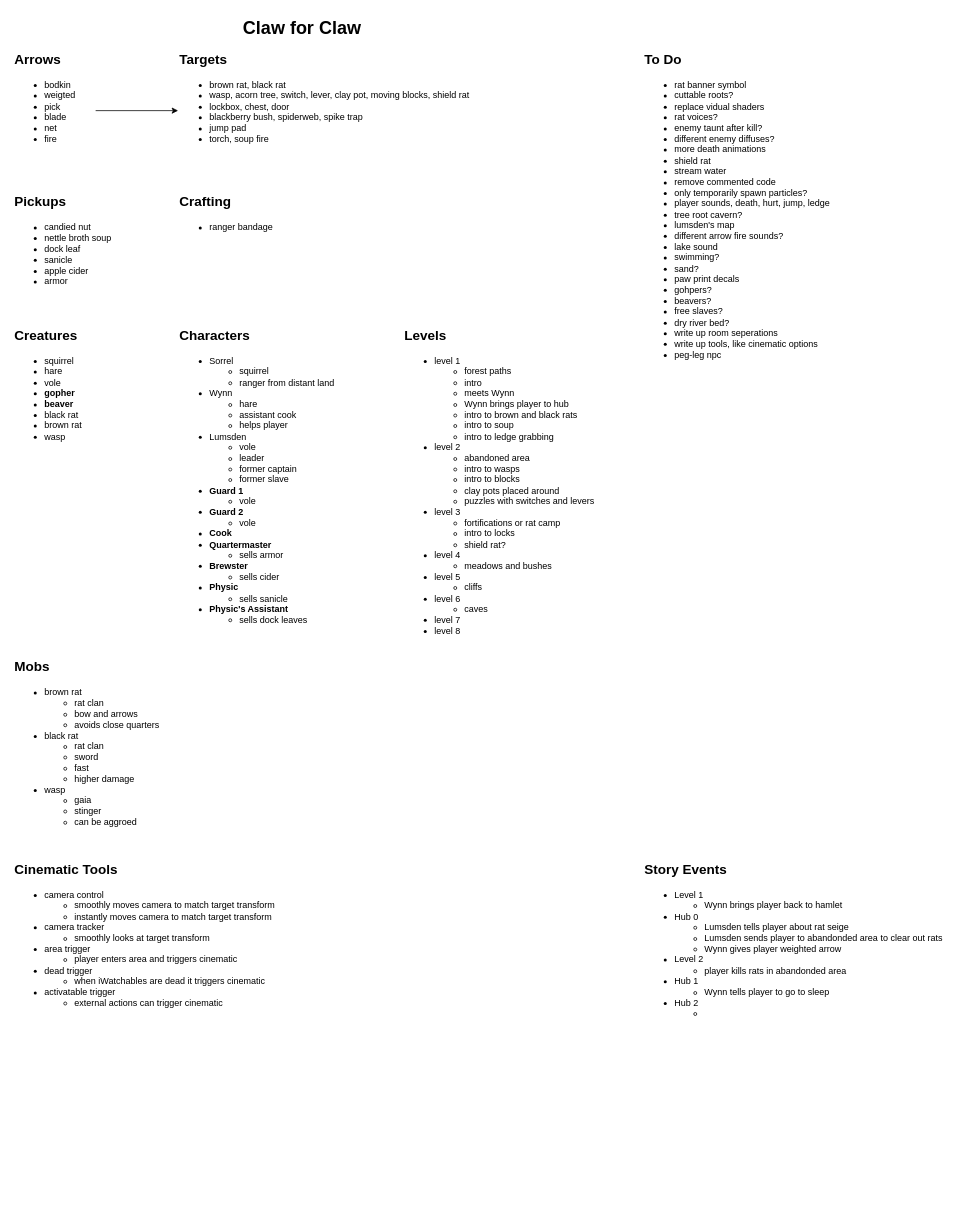
Before: Planning/design-doc.drawio in camerondedore/Godot-Project-3, a draw.io diagram. Source tidied: cells renumbered, new cells numbered last; positions are measured from the earlier drawing's top-left corner, leaving out a move shared by most shapes. Both pictures are drawn from the tidied source at 75%, with x=0, y=0 at pixel (13, 13).
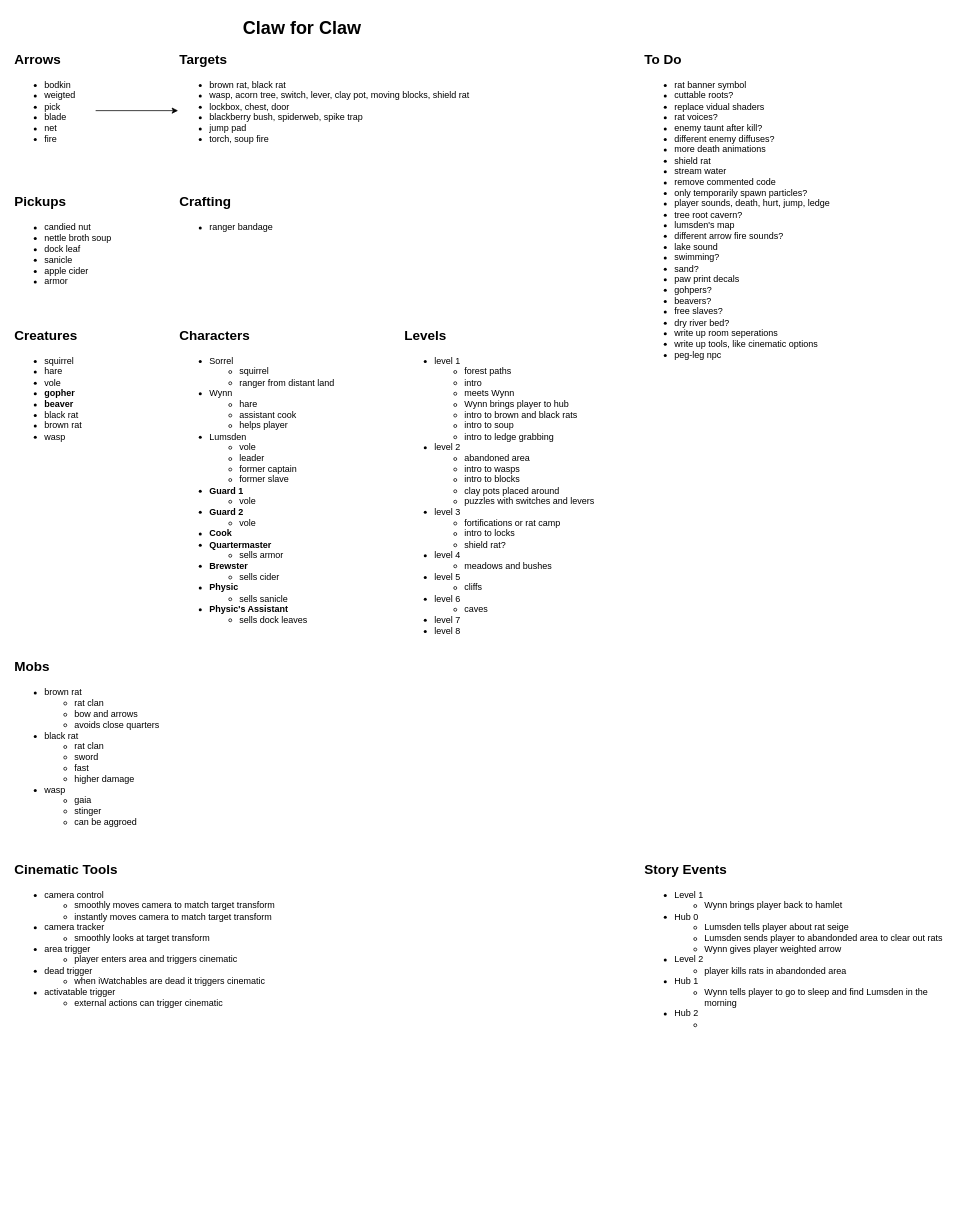
Above is the later version.

Commit message (it also covers changes not shown here):
working on level hub

Change to the diagram source:
```diff
@@
-    <mxCell id="25" value="&lt;ul&gt;&lt;li&gt;Level 1&lt;/li&gt;&lt;ul&gt;&lt;li&gt;Wynn brings player back to hamlet&lt;/li&gt;&lt;/ul&gt;&lt;li&gt;Hub 0&lt;/li&gt;&lt;ul&gt;&lt;li&gt;Lumsden tells player about rat seige&lt;/li&gt;&lt;li&gt;Lumsden sends player to abandonded area to clear out rats&lt;/li&gt;&lt;li&gt;Wynn gives player weighted arrow&lt;/li&gt;&lt;/ul&gt;&lt;li&gt;Level 2&lt;/li&gt;&lt;ul&gt;&lt;li&gt;player kills rats in abandonded area&lt;/li&gt;&lt;/ul&gt;&lt;li&gt;Hub 1&lt;/li&gt;&lt;ul&gt;&lt;li&gt;Wynn tells player to go to sleep&lt;/li&gt;&lt;/ul&gt;&lt;li&gt;Hub 2&lt;/li&gt;&lt;ul&gt;&lt;li&gt;&lt;br&gt;&lt;/li&gt;&lt;/ul&gt;&lt;/ul&gt;" style="text;html=1;align=left;verticalAlign=top;whiteSpace=wrap;rounded=0;" parent="1" vertex="1">
+    <mxCell id="25" value="&lt;ul&gt;&lt;li&gt;Level 1&lt;/li&gt;&lt;ul&gt;&lt;li&gt;Wynn brings player back to hamlet&lt;/li&gt;&lt;/ul&gt;&lt;li&gt;Hub 0&lt;/li&gt;&lt;ul&gt;&lt;li&gt;Lumsden tells player about rat seige&lt;/li&gt;&lt;li&gt;Lumsden sends player to abandonded area to clear out rats&lt;/li&gt;&lt;li&gt;Wynn gives player weighted arrow&lt;/li&gt;&lt;/ul&gt;&lt;li&gt;Level 2&lt;/li&gt;&lt;ul&gt;&lt;li&gt;player kills rats in abandonded area&lt;/li&gt;&lt;/ul&gt;&lt;li&gt;Hub 1&lt;/li&gt;&lt;ul&gt;&lt;li&gt;Wynn tells player to go to sleep and find Lumsden in the morning&lt;/li&gt;&lt;/ul&gt;&lt;li&gt;Hub 2&lt;/li&gt;&lt;ul&gt;&lt;li&gt;&lt;br&gt;&lt;/li&gt;&lt;/ul&gt;&lt;/ul&gt;" style="text;html=1;align=left;verticalAlign=top;whiteSpace=wrap;rounded=0;" parent="1" vertex="1">
       <mxGeometry x="840" y="1150" width="420" height="440" as="geometry" />
     </mxCell>
```
